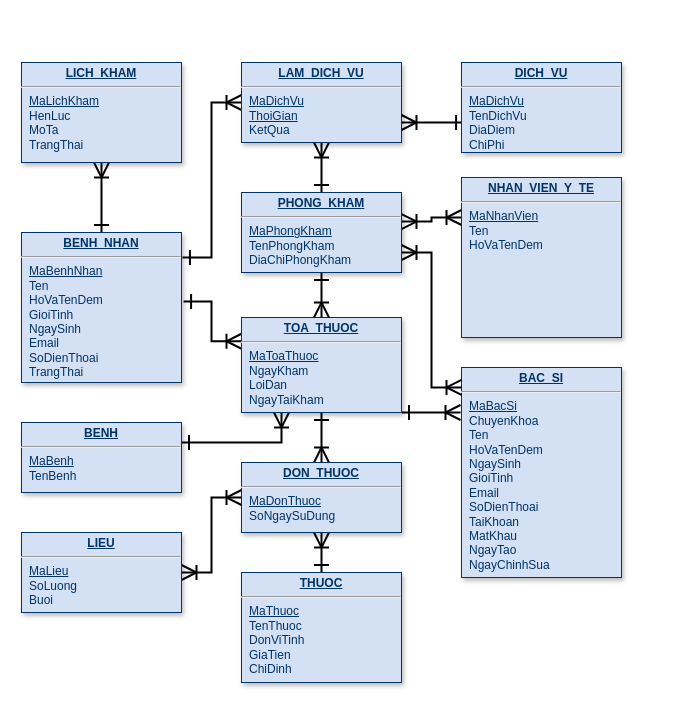
This is Untitled Diagram.drawio from nguyentrung194/trungDev, a draw.io file, before an edit. Source tidied: cells renumbered, new cells numbered last; positions are measured from the earlier drawing's top-left corner, leaving out a move shared by most shapes. Both pictures are drawn from the tidied source at 100%, with x=0, y=0 at pixel (21, 62).
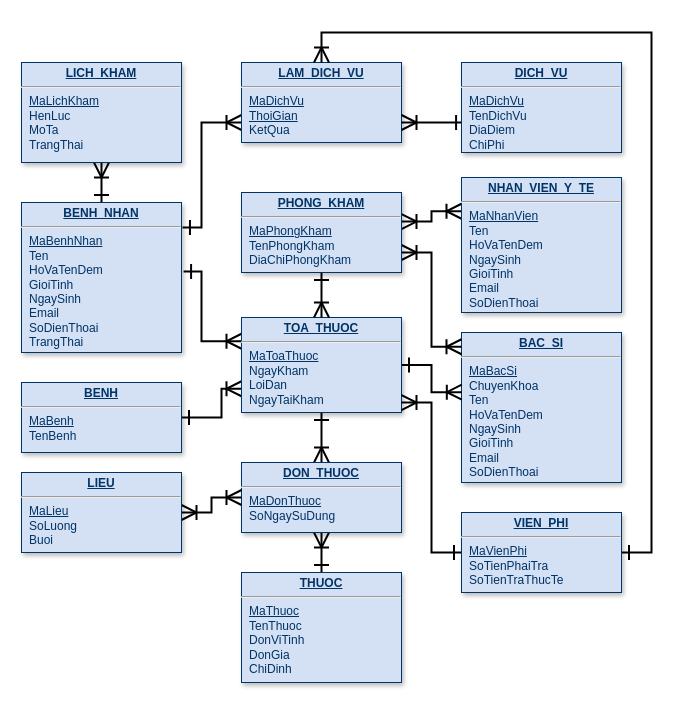
Above is the later version.

The change refers to these unchanged cells:
```xml
<mxCell id="10" value="&lt;p style=&quot;margin: 0px ; margin-top: 4px ; text-align: center ; text-decoration: underline&quot;&gt;&lt;b&gt;TOA_THUOC&lt;/b&gt;&lt;/p&gt;&lt;hr&gt;&lt;p style=&quot;margin: 0px ; margin-left: 8px&quot;&gt;&lt;u&gt;MaToaThuoc&lt;/u&gt;&lt;/p&gt;&lt;p style=&quot;margin: 0px ; margin-left: 8px&quot;&gt;NgayKham&lt;/p&gt;&lt;p style=&quot;margin: 0px ; margin-left: 8px&quot;&gt;LoiDan&lt;/p&gt;&lt;p style=&quot;margin: 0px ; margin-left: 8px&quot;&gt;NgayTaiKham&lt;/p&gt;" style="verticalAlign=top;align=left;overflow=fill;fontSize=12;fontFamily=Helvetica;html=1;strokeColor=#003366;shadow=1;fillColor=#D4E1F5;fontColor=#003366;" parent="1" vertex="1">
  <mxGeometry x="220" y="255" width="160" height="95" as="geometry" />
</mxCell>
<mxCell id="15" value="&lt;p style=&quot;margin: 0px ; margin-top: 4px ; text-align: center ; text-decoration: underline&quot;&gt;&lt;b&gt;PHONG_KHAM&lt;/b&gt;&lt;/p&gt;&lt;hr&gt;&lt;p style=&quot;margin: 0px ; margin-left: 8px&quot;&gt;&lt;u&gt;MaPhongKham&lt;/u&gt;&lt;/p&gt;&lt;p style=&quot;margin: 0px ; margin-left: 8px&quot;&gt;TenPhongKham&lt;/p&gt;&lt;p style=&quot;margin: 0px ; margin-left: 8px&quot;&gt;DiaChiPhongKham&lt;/p&gt;" style="verticalAlign=top;align=left;overflow=fill;fontSize=12;fontFamily=Helvetica;html=1;strokeColor=#003366;shadow=1;fillColor=#D4E1F5;fontColor=#003366;" parent="1" vertex="1">
  <mxGeometry x="220" y="130" width="160" height="80" as="geometry" />
</mxCell>
<mxCell id="17" value="&lt;p style=&quot;margin: 0px ; margin-top: 4px ; text-align: center ; text-decoration: underline&quot;&gt;&lt;b&gt;LAM_DICH_VU&lt;/b&gt;&lt;/p&gt;&lt;hr&gt;&lt;p style=&quot;margin: 0px ; margin-left: 8px&quot;&gt;&lt;u&gt;MaDichVu&lt;/u&gt;&lt;/p&gt;&lt;p style=&quot;margin: 0px ; margin-left: 8px&quot;&gt;&lt;u&gt;ThoiGian&lt;/u&gt;&lt;/p&gt;&lt;p style=&quot;margin: 0px ; margin-left: 8px&quot;&gt;KetQua&lt;/p&gt;&lt;p style=&quot;margin: 0px ; margin-left: 8px&quot;&gt;&lt;br&gt;&lt;/p&gt;" style="verticalAlign=top;align=left;overflow=fill;fontSize=12;fontFamily=Helvetica;html=1;strokeColor=#003366;shadow=1;fillColor=#D4E1F5;fontColor=#003366;" parent="1" vertex="1">
  <mxGeometry x="220" width="160" height="80" as="geometry" />
</mxCell>
```

What changed in the source:
```diff
@@
-    <mxCell id="2" value="&lt;p style=&quot;margin: 0px ; margin-top: 4px ; text-align: center ; text-decoration: underline&quot;&gt;&lt;b&gt;BAC_SI&lt;/b&gt;&lt;/p&gt;&lt;hr&gt;&lt;p style=&quot;margin: 0px ; margin-left: 8px&quot;&gt;&lt;u&gt;MaBacSi&lt;/u&gt;&lt;/p&gt;&lt;p style=&quot;margin: 0px ; margin-left: 8px&quot;&gt;ChuyenKhoa&lt;/p&gt;&lt;p style=&quot;margin: 0px ; margin-left: 8px&quot;&gt;Ten&lt;/p&gt;&lt;p style=&quot;margin: 0px ; margin-left: 8px&quot;&gt;HoVaTenDem&lt;/p&gt;&lt;p style=&quot;margin: 0px ; margin-left: 8px&quot;&gt;NgaySinh&lt;/p&gt;&lt;p style=&quot;margin: 0px ; margin-left: 8px&quot;&gt;GioiTinh&lt;/p&gt;&lt;p style=&quot;margin: 0px ; margin-left: 8px&quot;&gt;Email&lt;/p&gt;&lt;p style=&quot;margin: 0px ; margin-left: 8px&quot;&gt;SoDienThoai&lt;/p&gt;&lt;p style=&quot;margin: 0px ; margin-left: 8px&quot;&gt;TaiKhoan&lt;/p&gt;&lt;p style=&quot;margin: 0px ; margin-left: 8px&quot;&gt;MatKhau&lt;/p&gt;&lt;p style=&quot;margin: 0px ; margin-left: 8px&quot;&gt;NgayTao&lt;/p&gt;&lt;p style=&quot;margin: 0px ; margin-left: 8px&quot;&gt;NgayChinhSua&lt;/p&gt;" style="verticalAlign=top;align=left;overflow=fill;fontSize=12;fontFamily=Helvetica;html=1;strokeColor=#003366;shadow=1;fillColor=#D4E1F5;fontColor=#003366;" parent="1" vertex="1">
-      <mxGeometry x="440" y="305" width="160" height="210" as="geometry" />
+    <mxCell id="2" value="&lt;p style=&quot;margin: 0px ; margin-top: 4px ; text-align: center ; text-decoration: underline&quot;&gt;&lt;b&gt;BAC_SI&lt;/b&gt;&lt;/p&gt;&lt;hr&gt;&lt;p style=&quot;margin: 0px ; margin-left: 8px&quot;&gt;&lt;u&gt;MaBacSi&lt;/u&gt;&lt;/p&gt;&lt;p style=&quot;margin: 0px ; margin-left: 8px&quot;&gt;ChuyenKhoa&lt;/p&gt;&lt;p style=&quot;margin: 0px ; margin-left: 8px&quot;&gt;Ten&lt;/p&gt;&lt;p style=&quot;margin: 0px ; margin-left: 8px&quot;&gt;HoVaTenDem&lt;/p&gt;&lt;p style=&quot;margin: 0px ; margin-left: 8px&quot;&gt;NgaySinh&lt;/p&gt;&lt;p style=&quot;margin: 0px ; margin-left: 8px&quot;&gt;GioiTinh&lt;/p&gt;&lt;p style=&quot;margin: 0px ; margin-left: 8px&quot;&gt;Email&lt;/p&gt;&lt;p style=&quot;margin: 0px ; margin-left: 8px&quot;&gt;SoDienThoai&lt;/p&gt;" style="verticalAlign=top;align=left;overflow=fill;fontSize=12;fontFamily=Helvetica;html=1;strokeColor=#003366;shadow=1;fillColor=#D4E1F5;fontColor=#003366;" parent="1" vertex="1">
+      <mxGeometry x="440" y="270" width="160" height="150" as="geometry" />
     </mxCell>
@@
-    <mxCell id="4" style="edgeStyle=orthogonalEdgeStyle;rounded=0;jettySize=auto;html=1;exitX=1.006;exitY=0.167;exitDx=0;exitDy=0;startArrow=ERone;startFill=0;startSize=12;endArrow=ERoneToMany;endFill=0;endSize=12;strokeWidth=2;entryX=0;entryY=0.5;entryDx=0;entryDy=0;exitPerimeter=0;" parent="1" edge="1" source="6" target="17">
+    <mxCell id="4" style="edgeStyle=orthogonalEdgeStyle;rounded=0;jettySize=auto;html=1;exitX=1.006;exitY=0.167;exitDx=0;exitDy=0;startArrow=ERone;startFill=0;startSize=12;endArrow=ERoneToMany;endFill=0;endSize=12;strokeWidth=2;entryX=0;entryY=0.75;entryDx=0;entryDy=0;exitPerimeter=0;" parent="1" edge="1" source="6" target="17">
       <mxGeometry relative="1" as="geometry">
         <Array as="points">
-          <mxPoint x="190" y="195" />
-          <mxPoint x="190" y="40" />
+          <mxPoint x="180" y="165" />
+          <mxPoint x="180" y="60" />
         </Array>
       </mxGeometry>
     </mxCell>
     <mxCell id="5" style="edgeStyle=orthogonalEdgeStyle;rounded=0;jettySize=auto;html=1;entryX=0;entryY=0.25;entryDx=0;entryDy=0;startArrow=ERone;startFill=0;startSize=12;endArrow=ERoneToMany;endFill=0;endSize=12;strokeWidth=2;exitX=1.013;exitY=0.46;exitDx=0;exitDy=0;exitPerimeter=0;" parent="1" edge="1" source="6" target="10">
-      <mxGeometry relative="1" as="geometry" />
+      <mxGeometry relative="1" as="geometry">
+        <Array as="points">
+          <mxPoint x="180" y="209" />
+          <mxPoint x="180" y="279" />
+        </Array>
+      </mxGeometry>
     </mxCell>
     <mxCell id="6" value="&lt;p style=&quot;margin: 0px ; margin-top: 4px ; text-align: center ; text-decoration: underline&quot;&gt;&lt;b&gt;BENH_NHAN&lt;/b&gt;&lt;/p&gt;&lt;hr&gt;&lt;p style=&quot;margin: 0px ; margin-left: 8px&quot;&gt;&lt;u&gt;MaBenhNhan&lt;/u&gt;&lt;/p&gt;&lt;p style=&quot;margin: 0px ; margin-left: 8px&quot;&gt;Ten&lt;/p&gt;&lt;p style=&quot;margin: 0px ; margin-left: 8px&quot;&gt;HoVaTenDem&lt;/p&gt;&lt;p style=&quot;margin: 0px ; margin-left: 8px&quot;&gt;GioiTinh&lt;/p&gt;&lt;p style=&quot;margin: 0px ; margin-left: 8px&quot;&gt;NgaySinh&lt;/p&gt;&lt;p style=&quot;margin: 0px ; margin-left: 8px&quot;&gt;Email&lt;/p&gt;&lt;p style=&quot;margin: 0px ; margin-left: 8px&quot;&gt;SoDienThoai&lt;/p&gt;&lt;p style=&quot;margin: 0px ; margin-left: 8px&quot;&gt;TrangThai&lt;/p&gt;" style="verticalAlign=top;align=left;overflow=fill;fontSize=12;fontFamily=Helvetica;html=1;strokeColor=#003366;shadow=1;fillColor=#D4E1F5;fontColor=#003366;" parent="1" vertex="1">
-      <mxGeometry y="170" width="160" height="150" as="geometry" />
+      <mxGeometry y="140" width="160" height="150" as="geometry" />
     </mxCell>
-    <mxCell id="7" style="edgeStyle=orthogonalEdgeStyle;rounded=0;jettySize=auto;html=1;exitX=1;exitY=1;exitDx=0;exitDy=0;startArrow=ERone;startFill=0;startSize=12;endArrow=ERoneToMany;endFill=0;endSize=12;strokeWidth=2;" parent="1" edge="1" source="10">
+    <mxCell id="7" style="edgeStyle=orthogonalEdgeStyle;rounded=0;jettySize=auto;html=1;exitX=1;exitY=0.5;exitDx=0;exitDy=0;startArrow=ERone;startFill=0;startSize=12;endArrow=ERoneToMany;endFill=0;endSize=12;strokeWidth=2;entryX=0.002;entryY=0.398;entryDx=0;entryDy=0;entryPerimeter=0;" parent="1" edge="1" source="10" target="2">
       <mxGeometry relative="1" as="geometry">
-        <mxPoint x="439" y="350" as="targetPoint" />
+        <Array as="points">
+          <mxPoint x="410" y="302" />
+          <mxPoint x="410" y="330" />
+        </Array>
       </mxGeometry>
     </mxCell>
-    <mxCell id="8" style="edgeStyle=orthogonalEdgeStyle;rounded=0;jettySize=auto;html=1;exitX=0.25;exitY=1;exitDx=0;exitDy=0;startArrow=ERoneToMany;startFill=0;startSize=12;endArrow=ERone;endFill=0;endSize=12;strokeWidth=2;" parent="1" edge="1" source="10" target="21">
+    <mxCell id="8" style="edgeStyle=orthogonalEdgeStyle;rounded=0;jettySize=auto;html=1;exitX=0;exitY=0.75;exitDx=0;exitDy=0;startArrow=ERoneToMany;startFill=0;startSize=12;endArrow=ERone;endFill=0;endSize=12;strokeWidth=2;entryX=1;entryY=0.5;entryDx=0;entryDy=0;" parent="1" edge="1" source="10" target="21">
       <mxGeometry relative="1" as="geometry">
         <Array as="points">
-          <mxPoint x="260" y="380" />
-          <mxPoint x="80" y="380" />
+          <mxPoint x="200" y="326" />
+          <mxPoint x="200" y="355" />
         </Array>
       </mxGeometry>
     </mxCell>
@@
-    <mxCell id="12" style="edgeStyle=orthogonalEdgeStyle;rounded=0;jettySize=auto;html=1;exitX=0.5;exitY=0;exitDx=0;exitDy=0;entryX=0.5;entryY=1;entryDx=0;entryDy=0;startArrow=ERone;startFill=0;startSize=12;endArrow=ERoneToMany;endFill=0;endSize=12;strokeWidth=2;" parent="1" edge="1" source="15" target="17">
-      <mxGeometry relative="1" as="geometry" />
-    </mxCell>
@@
-    <mxCell id="20" value="&lt;p style=&quot;margin: 0px ; margin-top: 4px ; text-align: center ; text-decoration: underline&quot;&gt;&lt;b&gt;NHAN_VIEN_Y_TE&lt;/b&gt;&lt;/p&gt;&lt;hr&gt;&lt;p style=&quot;margin: 0px ; margin-left: 8px&quot;&gt;&lt;u&gt;MaNhanVien&lt;/u&gt;&lt;/p&gt;&lt;p style=&quot;margin: 0px ; margin-left: 8px&quot;&gt;Ten&lt;/p&gt;&lt;p style=&quot;margin: 0px ; margin-left: 8px&quot;&gt;HoVaTenDem&lt;/p&gt;&lt;p style=&quot;margin: 0px ; margin-left: 8px&quot;&gt;&lt;br&gt;&lt;/p&gt;" style="verticalAlign=top;align=left;overflow=fill;fontSize=12;fontFamily=Helvetica;html=1;strokeColor=#003366;shadow=1;fillColor=#D4E1F5;fontColor=#003366;" parent="1" vertex="1">
-      <mxGeometry x="440" y="115" width="160" height="160" as="geometry" />
+    <mxCell id="20" value="&lt;p style=&quot;margin: 0px ; margin-top: 4px ; text-align: center ; text-decoration: underline&quot;&gt;&lt;b&gt;NHAN_VIEN_Y_TE&lt;/b&gt;&lt;/p&gt;&lt;hr&gt;&lt;p style=&quot;margin: 0px ; margin-left: 8px&quot;&gt;&lt;u&gt;MaNhanVien&lt;/u&gt;&lt;/p&gt;&lt;p style=&quot;margin: 0px ; margin-left: 8px&quot;&gt;Ten&lt;/p&gt;&lt;p style=&quot;margin: 0px ; margin-left: 8px&quot;&gt;HoVaTenDem&lt;/p&gt;&lt;p style=&quot;margin: 0px 0px 0px 8px&quot;&gt;NgaySinh&lt;/p&gt;&lt;p style=&quot;margin: 0px 0px 0px 8px&quot;&gt;GioiTinh&lt;/p&gt;&lt;p style=&quot;margin: 0px 0px 0px 8px&quot;&gt;Email&lt;/p&gt;&lt;p style=&quot;margin: 0px 0px 0px 8px&quot;&gt;SoDienThoai&lt;/p&gt;" style="verticalAlign=top;align=left;overflow=fill;fontSize=12;fontFamily=Helvetica;html=1;strokeColor=#003366;shadow=1;fillColor=#D4E1F5;fontColor=#003366;" parent="1" vertex="1">
+      <mxGeometry x="440" y="115" width="160" height="135" as="geometry" />
     </mxCell>
     <mxCell id="21" value="&lt;p style=&quot;margin: 0px ; margin-top: 4px ; text-align: center ; text-decoration: underline&quot;&gt;&lt;b&gt;BENH&lt;/b&gt;&lt;/p&gt;&lt;hr&gt;&lt;p style=&quot;margin: 0px ; margin-left: 8px&quot;&gt;&lt;u&gt;MaBenh&lt;/u&gt;&lt;/p&gt;&lt;p style=&quot;margin: 0px ; margin-left: 8px&quot;&gt;TenBenh&lt;/p&gt;&lt;p style=&quot;margin: 0px ; margin-left: 8px&quot;&gt;&lt;br&gt;&lt;/p&gt;" style="verticalAlign=top;align=left;overflow=fill;fontSize=12;fontFamily=Helvetica;html=1;strokeColor=#003366;shadow=1;fillColor=#D4E1F5;fontColor=#003366;" parent="1" vertex="1">
-      <mxGeometry y="360" width="160" height="70" as="geometry" />
+      <mxGeometry y="320" width="160" height="70" as="geometry" />
     </mxCell>
@@
-    <mxCell id="24" value="&lt;p style=&quot;margin: 0px ; margin-top: 4px ; text-align: center ; text-decoration: underline&quot;&gt;&lt;b&gt;THUOC&lt;/b&gt;&lt;/p&gt;&lt;hr&gt;&lt;p style=&quot;margin: 0px ; margin-left: 8px&quot;&gt;&lt;u&gt;MaThuoc&lt;/u&gt;&lt;/p&gt;&lt;p style=&quot;margin: 0px ; margin-left: 8px&quot;&gt;TenThuoc&lt;/p&gt;&lt;p style=&quot;margin: 0px ; margin-left: 8px&quot;&gt;DonViTinh&lt;/p&gt;&lt;p style=&quot;margin: 0px ; margin-left: 8px&quot;&gt;GiaTien&lt;/p&gt;&lt;p style=&quot;margin: 0px ; margin-left: 8px&quot;&gt;ChiDinh&lt;/p&gt;&lt;p style=&quot;margin: 0px ; margin-left: 8px&quot;&gt;&lt;br&gt;&lt;/p&gt;" style="verticalAlign=top;align=left;overflow=fill;fontSize=12;fontFamily=Helvetica;html=1;strokeColor=#003366;shadow=1;fillColor=#D4E1F5;fontColor=#003366;" parent="1" vertex="1">
+    <mxCell id="24" value="&lt;p style=&quot;margin: 0px ; margin-top: 4px ; text-align: center ; text-decoration: underline&quot;&gt;&lt;b&gt;THUOC&lt;/b&gt;&lt;/p&gt;&lt;hr&gt;&lt;p style=&quot;margin: 0px ; margin-left: 8px&quot;&gt;&lt;u&gt;MaThuoc&lt;/u&gt;&lt;/p&gt;&lt;p style=&quot;margin: 0px ; margin-left: 8px&quot;&gt;TenThuoc&lt;/p&gt;&lt;p style=&quot;margin: 0px ; margin-left: 8px&quot;&gt;DonViTinh&lt;/p&gt;&lt;p style=&quot;margin: 0px ; margin-left: 8px&quot;&gt;DonGia&lt;/p&gt;&lt;p style=&quot;margin: 0px ; margin-left: 8px&quot;&gt;ChiDinh&lt;/p&gt;&lt;p style=&quot;margin: 0px ; margin-left: 8px&quot;&gt;&lt;br&gt;&lt;/p&gt;" style="verticalAlign=top;align=left;overflow=fill;fontSize=12;fontFamily=Helvetica;html=1;strokeColor=#003366;shadow=1;fillColor=#D4E1F5;fontColor=#003366;" parent="1" vertex="1">
       <mxGeometry x="220" y="510" width="160" height="110" as="geometry" />
     </mxCell>
@@
     <mxCell id="26" value="&lt;p style=&quot;margin: 0px ; margin-top: 4px ; text-align: center ; text-decoration: underline&quot;&gt;&lt;b&gt;LIEU&lt;/b&gt;&lt;/p&gt;&lt;hr&gt;&lt;p style=&quot;margin: 0px ; margin-left: 8px&quot;&gt;&lt;u&gt;MaLieu&lt;/u&gt;&lt;/p&gt;&lt;p style=&quot;margin: 0px ; margin-left: 8px&quot;&gt;SoLuong&lt;/p&gt;&lt;p style=&quot;margin: 0px ; margin-left: 8px&quot;&gt;Buoi&lt;/p&gt;" style="verticalAlign=top;align=left;overflow=fill;fontSize=12;fontFamily=Helvetica;html=1;strokeColor=#003366;shadow=1;fillColor=#D4E1F5;fontColor=#003366;" parent="1" vertex="1">
-      <mxGeometry y="470" width="160" height="80" as="geometry" />
+      <mxGeometry y="410" width="160" height="80" as="geometry" />
     </mxCell>
+    <mxCell id="27" style="edgeStyle=orthogonalEdgeStyle;rounded=0;jettySize=auto;html=1;exitX=0;exitY=0.5;exitDx=0;exitDy=0;entryX=1;entryY=0.895;entryDx=0;entryDy=0;entryPerimeter=0;startArrow=ERone;startFill=0;startSize=12;endArrow=ERoneToMany;endFill=0;endSize=12;strokeWidth=2;" parent="1" edge="1" source="29" target="10">
+      <mxGeometry relative="1" as="geometry" />
+    </mxCell>
+    <mxCell id="28" style="edgeStyle=orthogonalEdgeStyle;rounded=0;jettySize=auto;html=1;exitX=1;exitY=0.5;exitDx=0;exitDy=0;entryX=0.5;entryY=0;entryDx=0;entryDy=0;startArrow=ERone;startFill=0;startSize=12;endArrow=ERoneToMany;endFill=0;endSize=12;strokeWidth=2;" parent="1" edge="1" source="29" target="17">
+      <mxGeometry relative="1" as="geometry" />
+    </mxCell>
+    <mxCell id="29" value="&lt;p style=&quot;margin: 0px ; margin-top: 4px ; text-align: center ; text-decoration: underline&quot;&gt;&lt;b&gt;VIEN_PHI&lt;/b&gt;&lt;/p&gt;&lt;hr&gt;&lt;p style=&quot;margin: 0px ; margin-left: 8px&quot;&gt;&lt;u&gt;MaVienPhi&lt;/u&gt;&lt;/p&gt;&lt;p style=&quot;margin: 0px ; margin-left: 8px&quot;&gt;SoTienPhaiTra&lt;/p&gt;&lt;p style=&quot;margin: 0px ; margin-left: 8px&quot;&gt;SoTienTraThucTe&lt;/p&gt;" style="verticalAlign=top;align=left;overflow=fill;fontSize=12;fontFamily=Helvetica;html=1;strokeColor=#003366;shadow=1;fillColor=#D4E1F5;fontColor=#003366;" parent="1" vertex="1">
+      <mxGeometry x="440" y="450" width="160" height="80" as="geometry" />
+    </mxCell>
```
